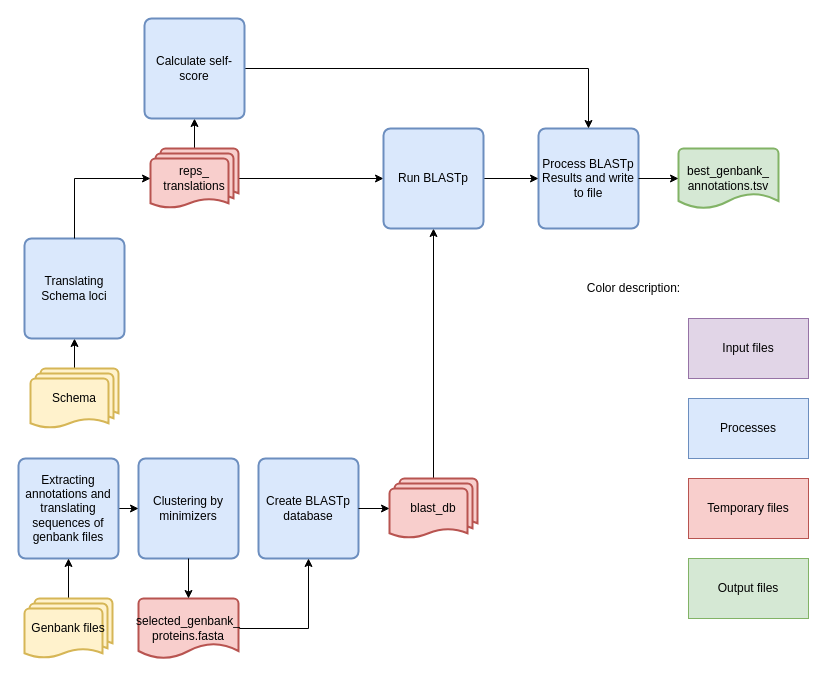
The draw.io diagram SchemaRefinery/docs/SchemaRefinery/Modules/source/genbank_annotation.drawio in B-UMMI/Schema_Refinery, before the edit. Source tidied: cells renumbered, new cells numbered last; positions are measured from the earlier drawing's top-left corner, leaving out a move shared by most shapes. Both pictures are drawn from the tidied source at 100%, with x=0, y=0 at pixel (18, 18).
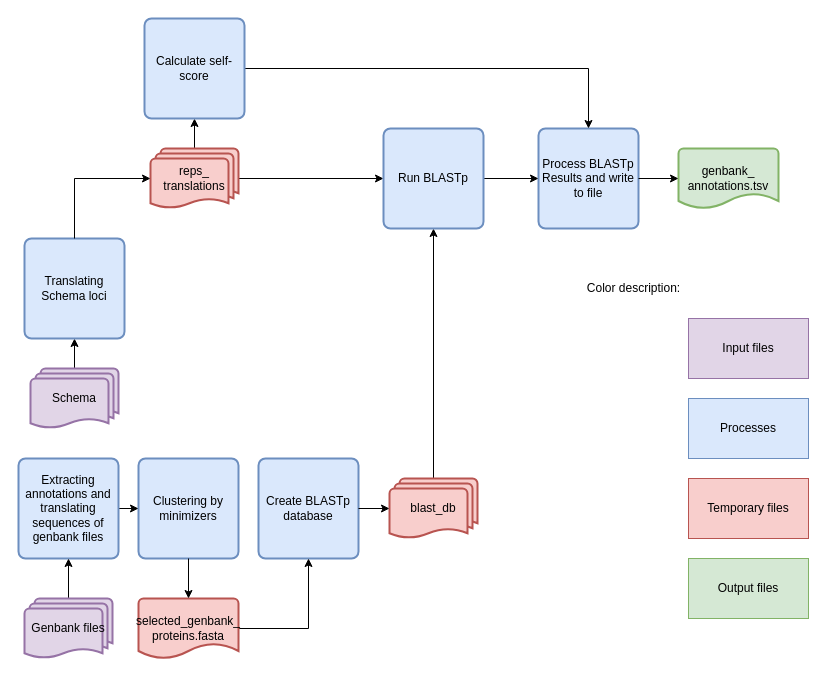
Above is the later version.

The edit, as a diff of the source:
```diff
@@
-    <mxCell id="5" value="Genbank files" style="strokeWidth=2;html=1;shape=mxgraph.flowchart.multi-document;whiteSpace=wrap;fillColor=#fff2cc;strokeColor=#d6b656;" parent="1" vertex="1">
+    <mxCell id="5" value="Genbank files" style="strokeWidth=2;html=1;shape=mxgraph.flowchart.multi-document;whiteSpace=wrap;fillColor=#E1D5E7;strokeColor=#9673A6;" parent="1" vertex="1">
       <mxGeometry x="6" y="580" width="88" height="60" as="geometry" />
     </mxCell>
@@
-    <mxCell id="9" value="Schema" style="strokeWidth=2;html=1;shape=mxgraph.flowchart.multi-document;whiteSpace=wrap;fillColor=#fff2cc;strokeColor=#d6b656;" parent="1" vertex="1">
+    <mxCell id="9" value="Schema" style="strokeWidth=2;html=1;shape=mxgraph.flowchart.multi-document;whiteSpace=wrap;fillColor=#E1D5E7;strokeColor=#9673A6;" parent="1" vertex="1">
       <mxGeometry x="12" y="350" width="88" height="60" as="geometry" />
     </mxCell>
@@
-    <mxCell id="20" value="best_genbank_&lt;div&gt;annotations.tsv&lt;/div&gt;" style="strokeWidth=2;html=1;shape=mxgraph.flowchart.document2;whiteSpace=wrap;size=0.25;fillColor=#d5e8d4;strokeColor=#82b366;" parent="1" vertex="1">
+    <mxCell id="20" value="genbank_&lt;div&gt;annotations.tsv&lt;/div&gt;" style="strokeWidth=2;html=1;shape=mxgraph.flowchart.document2;whiteSpace=wrap;size=0.25;fillColor=#d5e8d4;strokeColor=#82b366;" parent="1" vertex="1">
       <mxGeometry x="660" y="130" width="100" height="60" as="geometry" />
     </mxCell>
```
